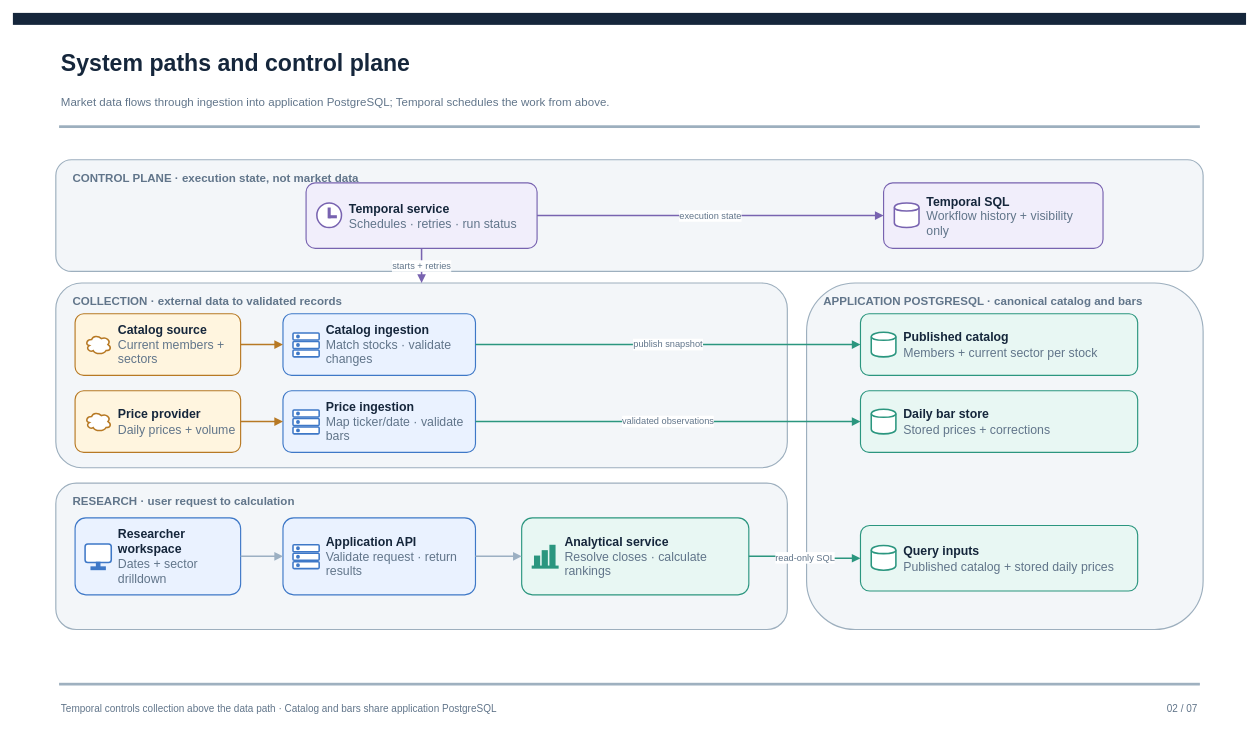
Before: page "02 · Containers" (2 of 7) of knowledge-base/diagrams/market-eagle-architecture.drawio in maorts14/market-eagle, a draw.io diagram. Source tidied: cells renumbered, new cells numbered last; positions are measured from the earlier drawing's top-left corner, leaving out a move shared by most shapes. Both pictures are drawn from the tidied source at 77%, with x=0, y=0 at pixel (13, 13).
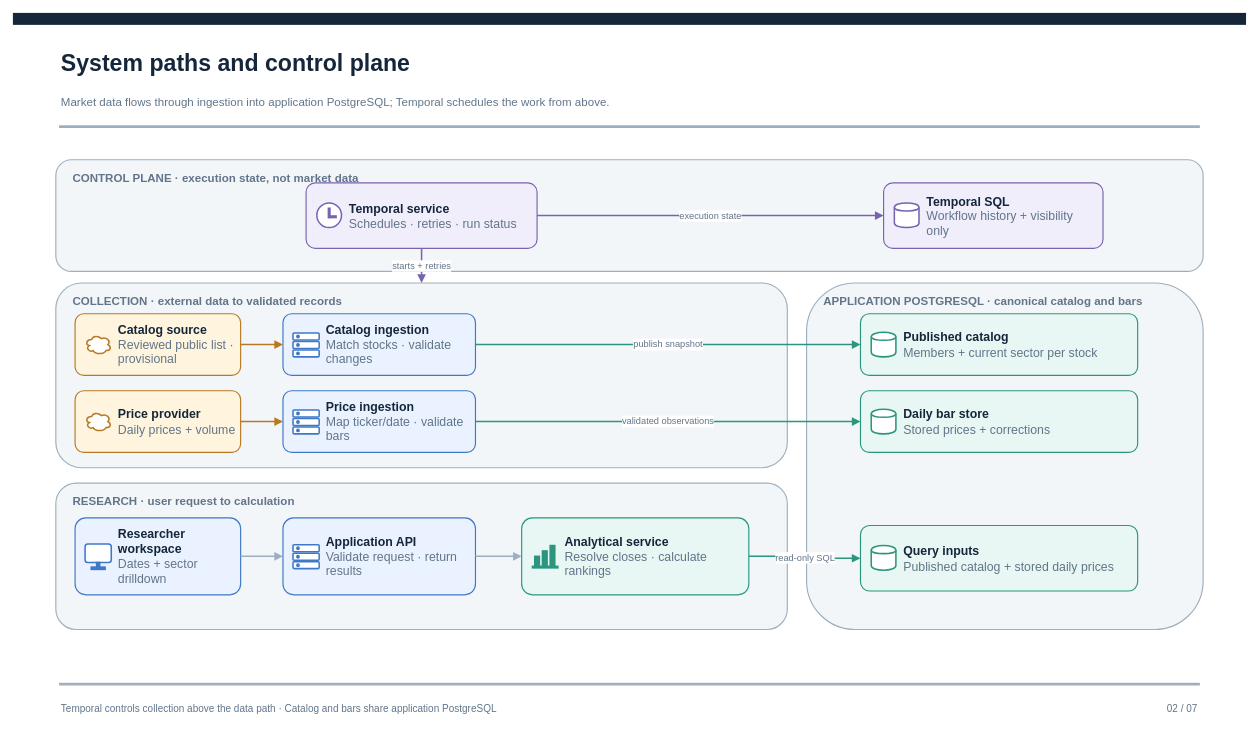
The same page after the edit.

Change to the diagram source:
```diff
@@
-    <mxCell id="24" value="&lt;b&gt;Catalog source&lt;/b&gt;&lt;br&gt;&lt;font color='#61758A'&gt;Current members + sectors&lt;/font&gt;" style="text;html=1;whiteSpace=wrap;strokeColor=none;fillColor=none;fontFamily=Arial;fontSize=16;fontColor=#15263B;align=left;verticalAlign=middle;spacing=0;" parent="1" vertex="1">
+    <mxCell id="24" value="&lt;b&gt;Catalog source&lt;/b&gt;&lt;br&gt;&lt;font color='#61758A'&gt;Reviewed public list · provisional&lt;/font&gt;" style="text;html=1;whiteSpace=wrap;strokeColor=none;fillColor=none;fontFamily=Arial;fontSize=16;fontColor=#15263B;align=left;verticalAlign=middle;spacing=0;" parent="1" vertex="1">
       <mxGeometry x="136" y="396" width="151" height="68" as="geometry" />
     </mxCell>
```
